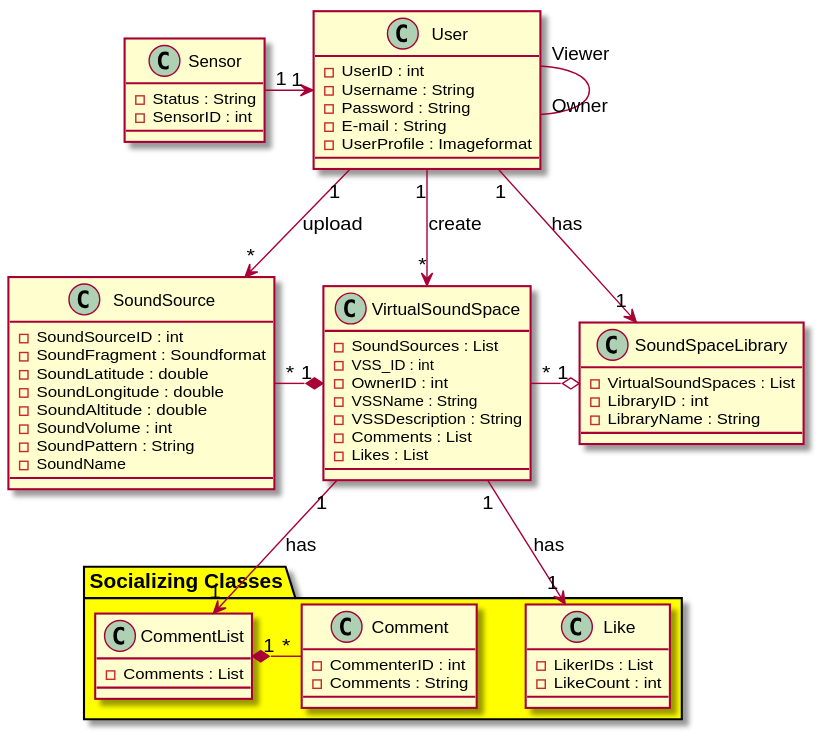
kpp19920121/doc keeps this PlantUML diagram as 需求定义和分析/ClassDiagram/实体对象类图.svg. Above is the earlier version. Source of this version:
```plantuml
@startuml
class User {
  -UserID : int
  -Username : String
  -Password : String
  -E-mail : String
  -UserProfile : Imageformat
}

class SoundSource {
  -SoundSourceID : int
  -SoundFragment : Soundformat
  -SoundLatitude : double
  -SoundLongitude : double
  -SoundAltitude : double
  -SoundVolume : int
  -SoundPattern : String
  -SoundName
}

class VirtualSoundSpace {
  -SoundSources : List
  -VSS_ID : int
  -OwnerID : int
  -VSSName : String
  -VSSDescription : String
  -Comments : List
  -Likes : List
}

package "Socializing Classes" #yellow{
  class Comment {
    -CommenterID : int
    -Comments : String
  }

  class CommentList {
    -Comments : List
  }

  class Like {
    -LikerIDs : List
    -LikeCount : int
  }
}

class SoundSpaceLibrary {
  -VirtualSoundSpaces : List
  -LibraryID : int
  -LibraryName : String
}

class Sensor {
  -Status : String
  -SensorID : int
}

Sensor "1" -> "1" User
"User" "1" --> "*" SoundSource : upload
"User" "1" --> "*" VirtualSoundSpace : create
"User" "1" --> "1" SoundSpaceLibrary : has

SoundSource "*" -* "1" VirtualSoundSpace
VirtualSoundSpace "*" -o "1" SoundSpaceLibrary

VirtualSoundSpace "1" --> "1" Like : has
VirtualSoundSpace "1" --> "1" CommentList : has

Comment "*" -* "1" CommentList

User "Viewer" -- "Owner" User
@enduml
```
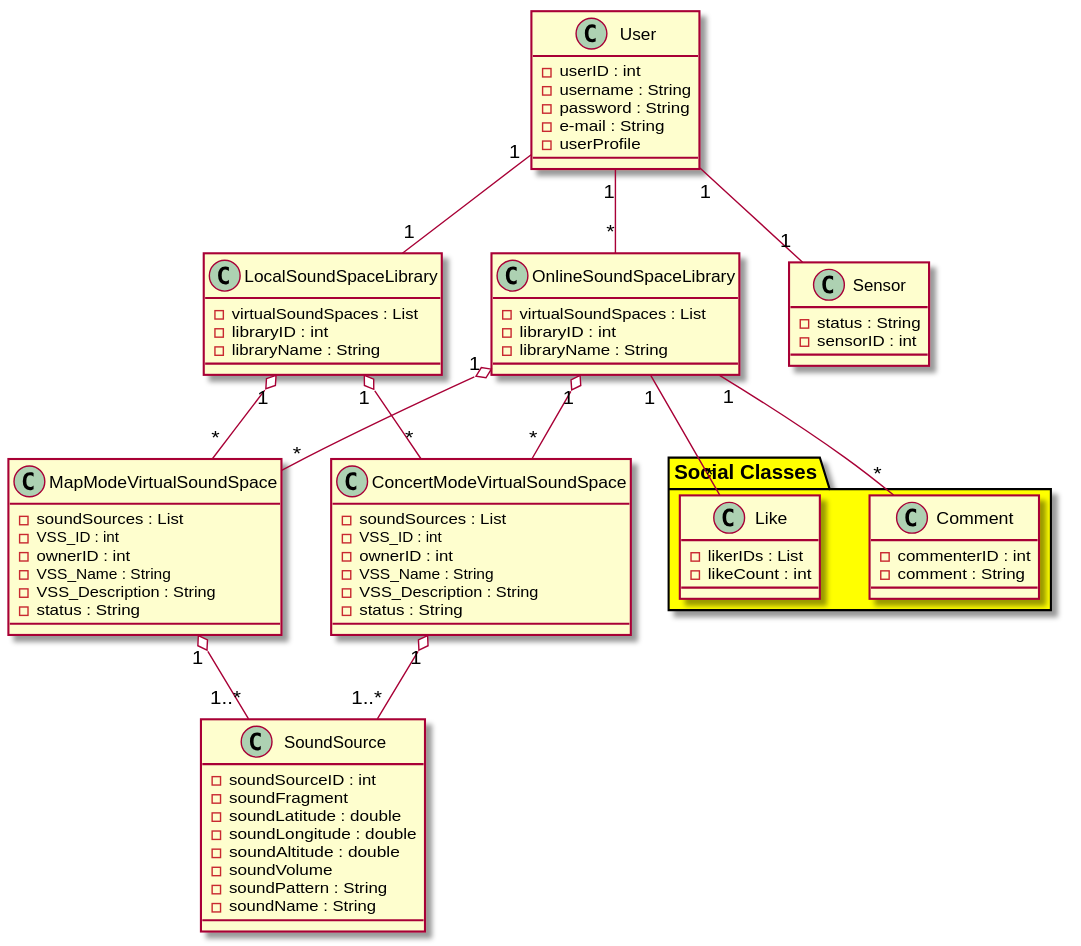
After the change.

Commit message:
完成实体对象类图

The edit, as a diff of the source:
```diff
@@ -1,72 +1,82 @@
 @startuml
 class User {
-  -UserID : int
-  -Username : String
-  -Password : String
-  -E-mail : String
-  -UserProfile : Imageformat
+  -userID : int
+  -username : String
+  -password : String
+  -e-mail : String
+  -userProfile
 }
 
 class SoundSource {
-  -SoundSourceID : int
-  -SoundFragment : Soundformat
-  -SoundLatitude : double
-  -SoundLongitude : double
-  -SoundAltitude : double
-  -SoundVolume : int
-  -SoundPattern : String
-  -SoundName
+  -soundSourceID : int
+  -soundFragment
+  -soundLatitude : double
+  -soundLongitude : double
+  -soundAltitude : double
+  -soundVolume
+  -soundPattern : String
+  -soundName : String
 }
 
-class VirtualSoundSpace {
-  -SoundSources : List
+class MapModeVirtualSoundSpace {
+  -soundSources : List
   -VSS_ID : int
-  -OwnerID : int
-  -VSSName : String
-  -VSSDescription : String
-  -Comments : List
-  -Likes : List
+  -ownerID : int
+  -VSS_Name : String
+  -VSS_Description : String
+  -status : String
 }
 
-package "Socializing Classes" #yellow{
+class ConcertModeVirtualSoundSpace {
+  -soundSources : List
+  -VSS_ID : int
+  -ownerID : int
+  -VSS_Name : String
+  -VSS_Description : String
+  -status : String
+}
+
+package "Social Classes" #yellow {
   class Comment {
-    -CommenterID : int
-    -Comments : String
-  }
-
-  class CommentList {
-    -Comments : List
+    -commenterID : int
+    -comment : String
   }
 
   class Like {
-    -LikerIDs : List
-    -LikeCount : int
+    -likerIDs : List
+    -likeCount : int
   }
 }
 
-class SoundSpaceLibrary {
-  -VirtualSoundSpaces : List
-  -LibraryID : int
-  -LibraryName : String
+class LocalSoundSpaceLibrary {
+  -virtualSoundSpaces : List
+  -libraryID : int
+  -libraryName : String
+}
+
+class OnlineSoundSpaceLibrary {
+  -virtualSoundSpaces : List
+  -libraryID : int
+  -libraryName : String
 }
 
 class Sensor {
-  -Status : String
-  -SensorID : int
+  -status : String
+  -sensorID : int
 }
 
-Sensor "1" -> "1" User
-"User" "1" --> "*" SoundSource : upload
-"User" "1" --> "*" VirtualSoundSpace : create
-"User" "1" --> "1" SoundSpaceLibrary : has
+User "1" -- "1" Sensor
+User "1" -- "1" LocalSoundSpaceLibrary
+User "1" -- "*" OnlineSoundSpaceLibrary
 
-SoundSource "*" -* "1" VirtualSoundSpace
-VirtualSoundSpace "*" -o "1" SoundSpaceLibrary
+MapModeVirtualSoundSpace "1" o-- "1..*" SoundSource
+ConcertModeVirtualSoundSpace "1" o-- "1..*" SoundSource
 
-VirtualSoundSpace "1" --> "1" Like : has
-VirtualSoundSpace "1" --> "1" CommentList : has
+LocalSoundSpaceLibrary "1" o-- "*" MapModeVirtualSoundSpace
+LocalSoundSpaceLibrary "1" o-- "*" ConcertModeVirtualSoundSpace
+OnlineSoundSpaceLibrary "1" o-- "*" MapModeVirtualSoundSpace
+OnlineSoundSpaceLibrary "1" o-- "*" ConcertModeVirtualSoundSpace
 
-Comment "*" -* "1" CommentList
-
-User "Viewer" -- "Owner" User
+OnlineSoundSpaceLibrary "1" -- "*" Comment
+OnlineSoundSpaceLibrary "1" -- "*" Like
 @enduml
```
